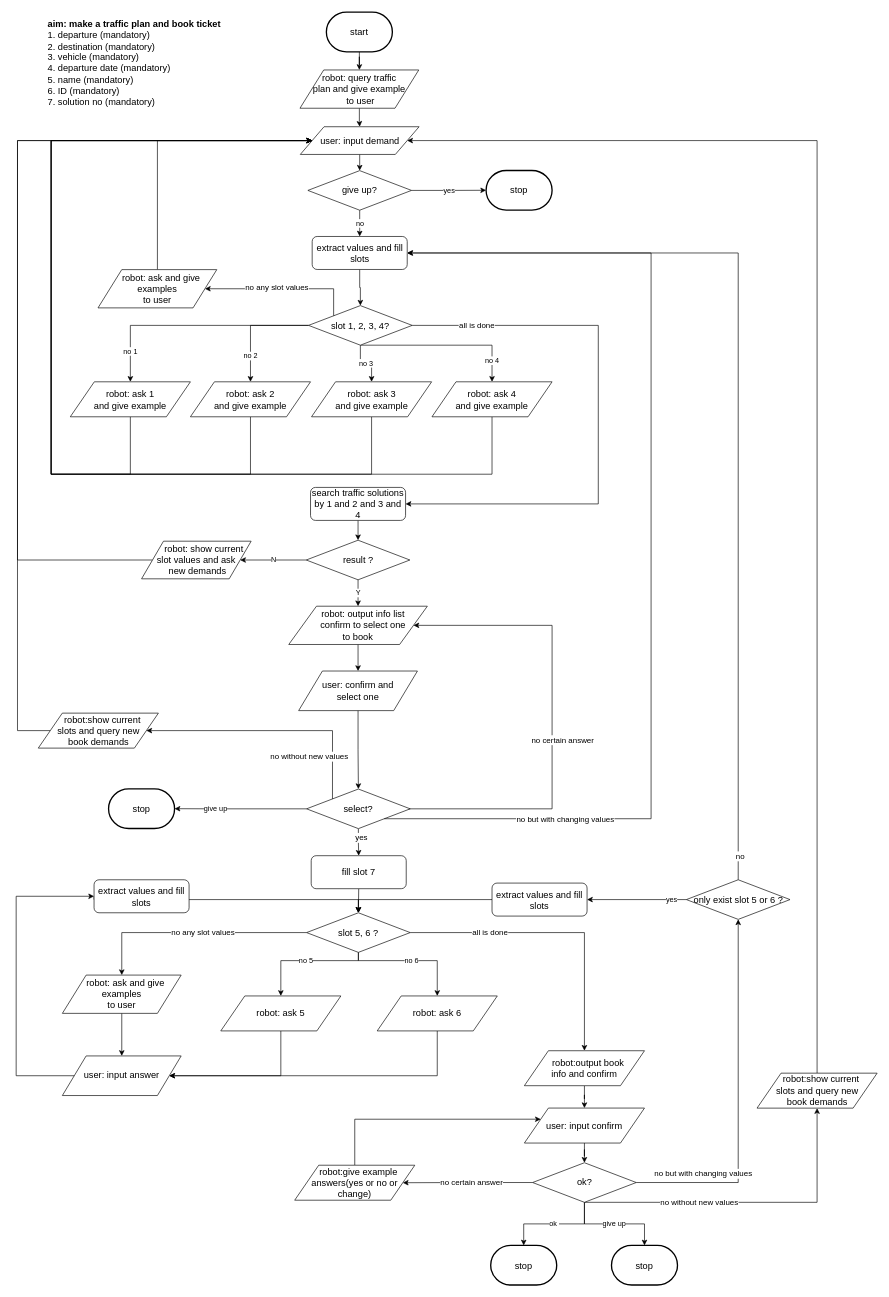
Earlier version of the draw.io diagram flow_diagram/book_plan.drawio (ricosr/travel_consult_chatbot). Source tidied: cells renumbered, new cells numbered last; positions are measured from the earlier drawing's top-left corner, leaving out a move shared by most shapes. Both pictures are drawn from the tidied source at 66%, with x=0, y=0 at pixel (16, 12).
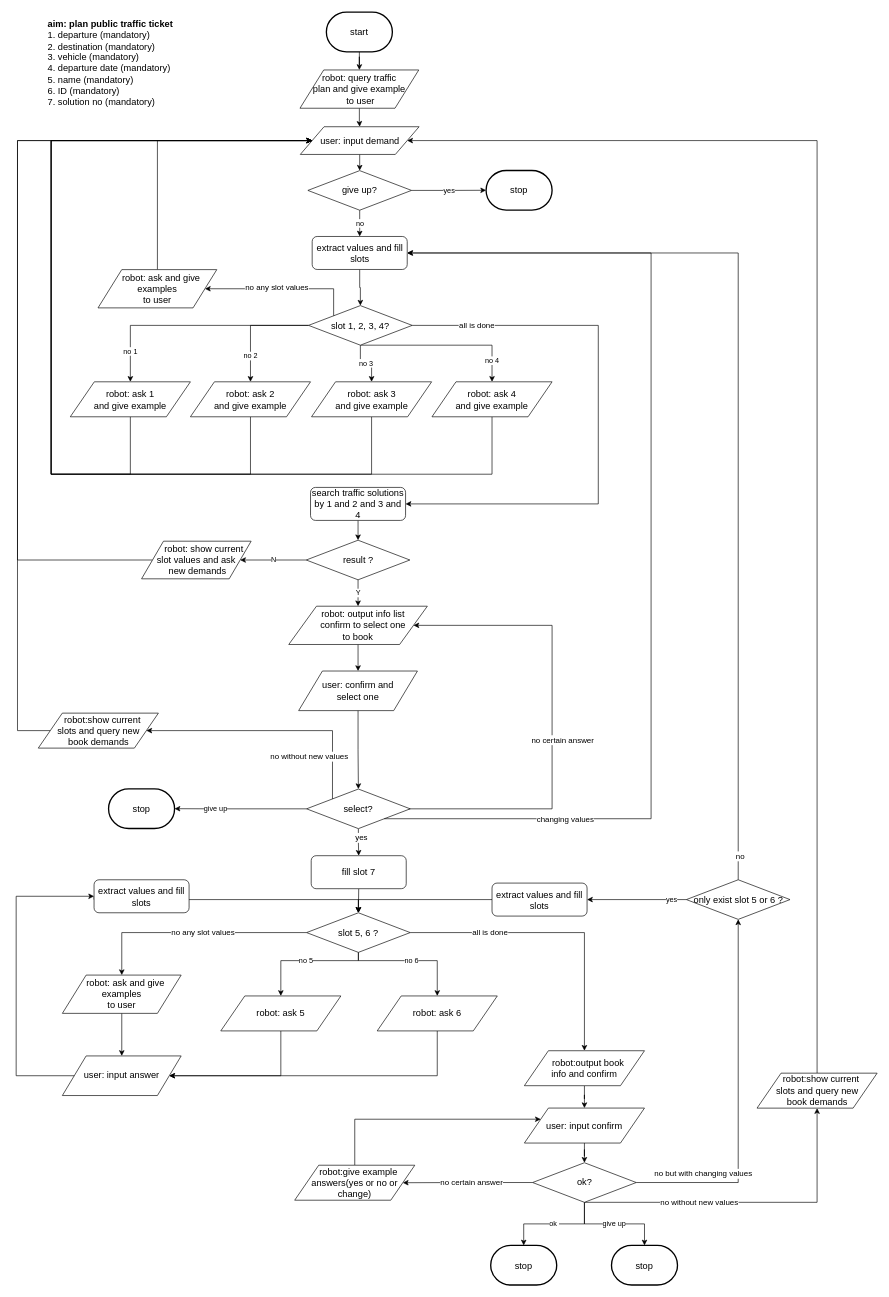
After the change.

Unchanged cells that the change refers to:
```xml
<mxCell id="61" style="edgeStyle=orthogonalEdgeStyle;rounded=0;jettySize=auto;html=1;entryX=1;entryY=0.5;entryDx=0;entryDy=0;exitX=1;exitY=1;exitDx=0;exitDy=0;" parent="1" edge="1" source="33" target="70">
  <mxGeometry relative="1" as="geometry">
    <Array as="points">
      <mxPoint x="962" y="1222" />
      <mxPoint x="962" y="365" />
    </Array>
  </mxGeometry>
</mxCell>
```

The edit, as a diff of the source:
```diff
@@
-    <mxCell id="4" value="&lt;font style=&quot;font-size: 14px&quot;&gt;&lt;b&gt;aim: make a traffic plan and book ticket&lt;/b&gt;&lt;br&gt;1. departure (mandatory)&lt;br&gt;2. destination (mandatory)&lt;br&gt;3. vehicle (mandatory)&lt;br&gt;4. departure date (mandatory)&lt;br&gt;5. name (mandatory)&lt;br&gt;6. ID (mandatory)&lt;br&gt;7. solution no&amp;nbsp;(mandatory)&lt;br&gt;&lt;br&gt;&lt;/font&gt;" style="text;html=1;strokeColor=none;fillColor=none;align=left;verticalAlign=middle;whiteSpace=wrap;rounded=0;" parent="1" vertex="1">
+    <mxCell id="4" value="&lt;font style=&quot;font-size: 14px&quot;&gt;&lt;b&gt;aim: plan public traffic ticket&lt;/b&gt;&lt;br&gt;1. departure (mandatory)&lt;br&gt;2. destination (mandatory)&lt;br&gt;3. vehicle (mandatory)&lt;br&gt;4. departure date (mandatory)&lt;br&gt;5. name (mandatory)&lt;br&gt;6. ID (mandatory)&lt;br&gt;7. solution no&amp;nbsp;(mandatory)&lt;br&gt;&lt;br&gt;&lt;/font&gt;" style="text;html=1;strokeColor=none;fillColor=none;align=left;verticalAlign=middle;whiteSpace=wrap;rounded=0;" parent="1" vertex="1">
       <mxGeometry x="46" y="30" width="270" height="110" as="geometry" />
     </mxCell>
@@
-    <mxCell id="62" value="no but with changing values" style="text;html=1;align=center;verticalAlign=middle;labelBackgroundColor=#ffffff;" parent="61" vertex="1">
+    <mxCell id="62" value="changing values" style="text;html=1;align=center;verticalAlign=middle;labelBackgroundColor=#ffffff;" parent="61" vertex="1">
       <mxGeometry x="-0.95" relative="1" as="geometry">
         <mxPoint x="232.5" as="offset" />
       </mxGeometry>
     </mxCell>
```
